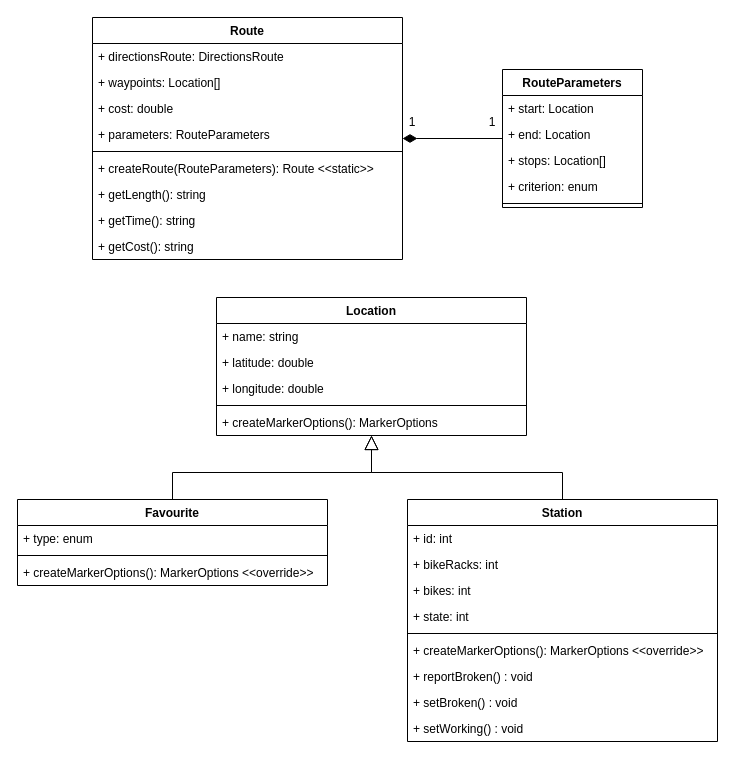
Before: diagramy/diagramklas.drawio in Freeturilo/FreeturiloDocumentation, a draw.io diagram. Source tidied: cells renumbered, new cells numbered last; positions are measured from the earlier drawing's top-left corner, leaving out a move shared by most shapes. Both pictures are drawn from the tidied source at 100%, with x=0, y=0 at pixel (17, 17).
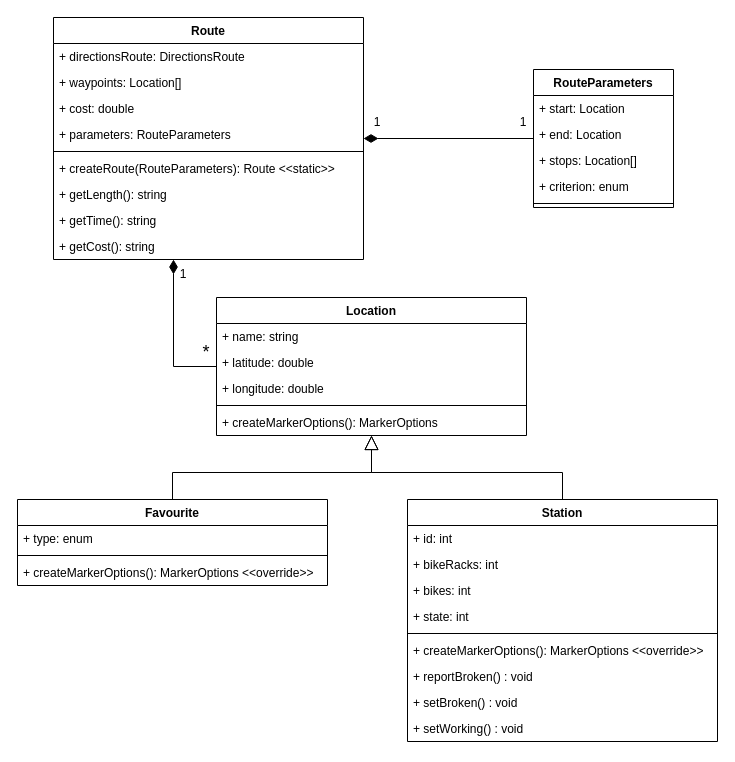
Above is the later version.

Commit message (it also covers changes not shown here):
Added notify_threshold to UML and fixed class diagram

Unchanged cells that the change refers to:
```xml
<mxCell id="2" value="Location" style="swimlane;fontStyle=1;align=center;verticalAlign=top;horizontal=1;startSize=26;" parent="1" vertex="1">
  <mxGeometry x="199" y="280" width="310" height="138" as="geometry" />
</mxCell>
```

Change to the diagram source:
```diff
@@
     <mxCell id="24" value="RouteParameters" style="swimlane;fontStyle=1;align=center;verticalAlign=top;horizontal=1;startSize=26;" parent="1" vertex="1">
-      <mxGeometry x="485" y="52" width="140" height="138" as="geometry" />
+      <mxGeometry x="516" y="52" width="140" height="138" as="geometry" />
     </mxCell>
@@
     <mxCell id="30" value="Route" style="swimlane;fontStyle=1;align=center;verticalAlign=top;horizontal=1;startSize=26;" parent="1" vertex="1">
-      <mxGeometry x="75" width="310" height="242" as="geometry" />
+      <mxGeometry x="36" width="310" height="242" as="geometry" />
     </mxCell>
@@
     <mxCell id="41" value="1" style="text;html=1;strokeColor=none;fillColor=none;align=center;verticalAlign=middle;whiteSpace=wrap;rounded=0;fontSize=12;" parent="1" vertex="1">
-      <mxGeometry x="385" y="90" width="20" height="30" as="geometry" />
+      <mxGeometry x="350" y="90" width="20" height="30" as="geometry" />
     </mxCell>
     <mxCell id="42" value="1" style="text;html=1;strokeColor=none;fillColor=none;align=center;verticalAlign=middle;whiteSpace=wrap;rounded=0;fontSize=12;" parent="1" vertex="1">
-      <mxGeometry x="465" y="90" width="20" height="30" as="geometry" />
+      <mxGeometry x="496" y="90" width="20" height="30" as="geometry" />
     </mxCell>
+    <mxCell id="43" style="edgeStyle=orthogonalEdgeStyle;rounded=0;jettySize=auto;html=1;fontSize=12;endArrow=diamondThin;endFill=1;strokeWidth=1;endSize=12;exitX=0;exitY=0.5;exitDx=0;exitDy=0;" parent="1" edge="1" source="2" target="30">
+      <mxGeometry relative="1" as="geometry">
+        <Array as="points">
+          <mxPoint x="156" y="349" />
+        </Array>
+      </mxGeometry>
+    </mxCell>
+    <mxCell id="44" value="1" style="text;html=1;strokeColor=none;fillColor=none;align=center;verticalAlign=middle;whiteSpace=wrap;rounded=0;fontSize=12;" parent="1" vertex="1">
+      <mxGeometry x="156" y="242" width="20" height="30" as="geometry" />
+    </mxCell>
+    <mxCell id="45" value="*" style="text;html=1;strokeColor=none;fillColor=none;align=center;verticalAlign=middle;whiteSpace=wrap;rounded=0;fontSize=18;" parent="1" vertex="1">
+      <mxGeometry x="179" y="320" width="20" height="30" as="geometry" />
+    </mxCell>
```
